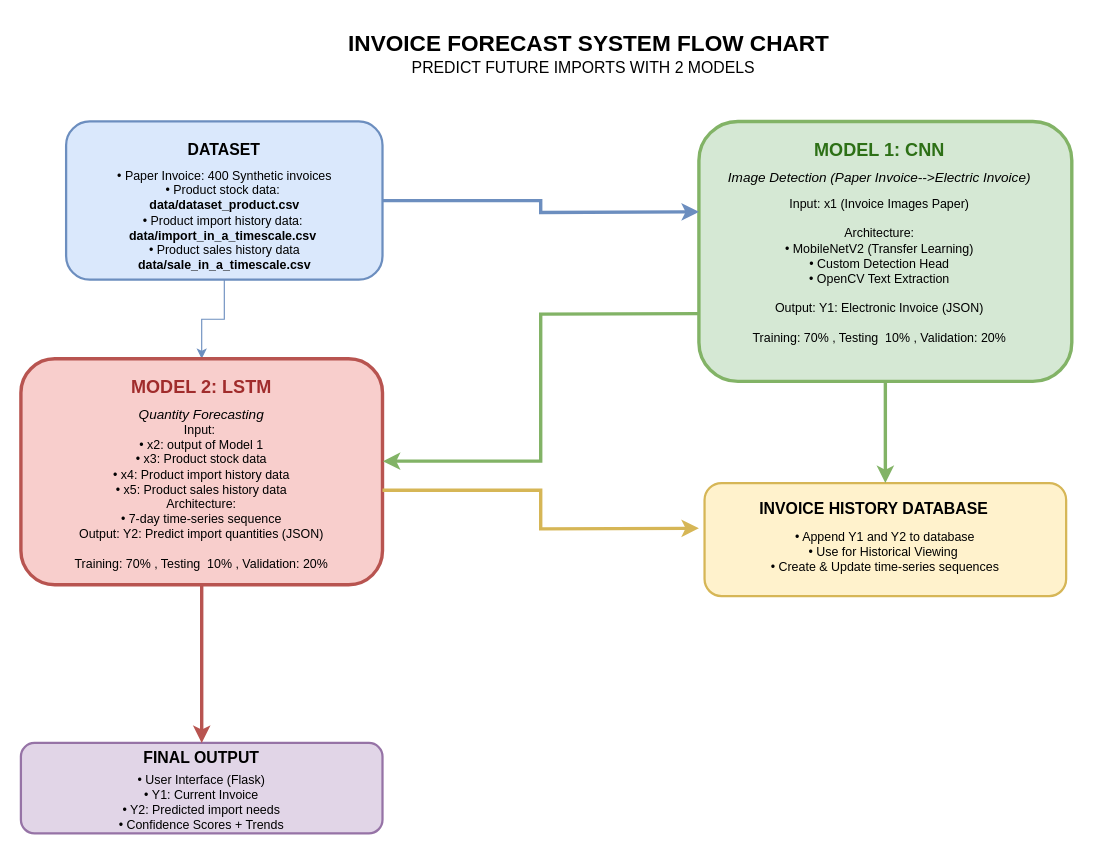
Before: FLOW.drawio in wikiepeidia/predict-future-import-for-Retail-store-products, a draw.io diagram. Source tidied: cells renumbered, new cells numbered last; positions are measured from the earlier drawing's top-left corner, leaving out a move shared by most shapes. Both pictures are drawn from the tidied source at 113%, with x=0, y=0 at pixel (20, 19).
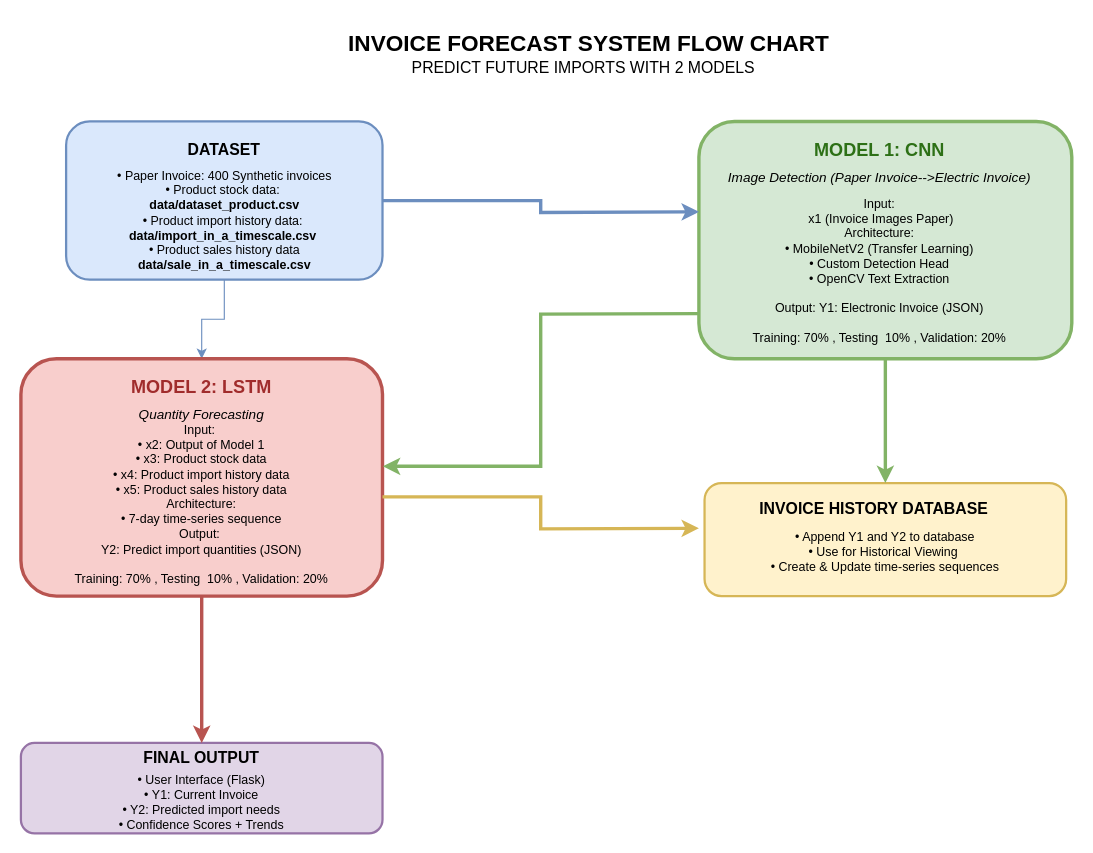
Above is the later version.

Change to the diagram source:
```diff
@@
     <mxCell id="8" style="rounded=1;whiteSpace=wrap;html=1;fillColor=#d5e8d4;strokeColor=#82b366;strokeWidth=3;" parent="1" vertex="1">
-      <mxGeometry x="600" y="90" width="330" height="230" as="geometry" />
+      <mxGeometry x="600" y="90" width="330" height="210" as="geometry" />
     </mxCell>
@@
-    <mxCell id="11" value="Input: x1 (Invoice Images Paper)&lt;br&gt;&lt;br&gt;Architecture:&lt;br&gt;• MobileNetV2 (Transfer Learning)&lt;br&gt;• Custom Detection Head&lt;br&gt;• OpenCV Text Extraction&lt;br&gt;&lt;br&gt;Output: Y1: Electronic Invoice (JSON)&lt;div&gt;&lt;br&gt;&lt;div&gt;Training: 70% , Testing&amp;nbsp; 10% , Validation: 20%&lt;/div&gt;&lt;/div&gt;" style="text;html=1;strokeColor=none;fillColor=none;align=center;verticalAlign=top;whiteSpace=wrap;rounded=0;fontSize=11;" parent="1" vertex="1">
+    <mxCell id="11" value="Input:&lt;div&gt;&amp;nbsp;x1 (Invoice Images Paper)&lt;br&gt;Architecture:&lt;br&gt;• MobileNetV2 (Transfer Learning)&lt;br&gt;• Custom Detection Head&lt;br&gt;• OpenCV Text Extraction&lt;br&gt;&lt;br&gt;Output: Y1: Electronic Invoice (JSON)&lt;div&gt;&lt;br&gt;&lt;div&gt;Training: 70% , Testing&amp;nbsp; 10% , Validation: 20%&lt;/div&gt;&lt;/div&gt;&lt;/div&gt;" style="text;html=1;strokeColor=none;fillColor=none;align=center;verticalAlign=top;whiteSpace=wrap;rounded=0;fontSize=11;" parent="1" vertex="1">
       <mxGeometry x="620" y="150" width="280" height="120" as="geometry" />
     </mxCell>
@@
     <mxCell id="15" style="rounded=1;whiteSpace=wrap;html=1;fillColor=#f8cecc;strokeColor=#b85450;strokeWidth=3;" parent="1" vertex="1">
-      <mxGeometry y="300" width="320" height="200" as="geometry" />
+      <mxGeometry y="300" width="320" height="210" as="geometry" />
     </mxCell>
@@
-    <mxCell id="18" value="Input:&amp;nbsp;&lt;br&gt;&lt;div&gt;&lt;span style=&quot;background-color: transparent; color: light-dark(rgb(0, 0, 0), rgb(255, 255, 255));&quot;&gt;•&amp;nbsp;&lt;/span&gt;x2: output of Model 1&lt;div&gt;&lt;div&gt;&lt;span style=&quot;background-color: transparent; color: light-dark(rgb(0, 0, 0), rgb(255, 255, 255));&quot;&gt;•&amp;nbsp;&lt;/span&gt;x3:&amp;nbsp;&lt;span style=&quot;background-color: transparent; color: light-dark(rgb(0, 0, 0), rgb(255, 255, 255));&quot;&gt;Product stock data&lt;/span&gt;&lt;/div&gt;&lt;div&gt;&lt;span style=&quot;background-color: transparent; color: light-dark(rgb(0, 0, 0), rgb(255, 255, 255));&quot;&gt;•&amp;nbsp;&lt;/span&gt;x4:&amp;nbsp;&lt;span style=&quot;background-color: transparent; color: light-dark(rgb(0, 0, 0), rgb(255, 255, 255));&quot;&gt;Product import history data&lt;/span&gt;&lt;/div&gt;&lt;div&gt;&lt;span style=&quot;background-color: transparent; color: light-dark(rgb(0, 0, 0), rgb(255, 255, 255));&quot;&gt;•&amp;nbsp;&lt;/span&gt;x5:&amp;nbsp;&lt;span style=&quot;background-color: transparent; color: light-dark(rgb(0, 0, 0), rgb(255, 255, 255));&quot;&gt;Product sales history data&lt;/span&gt;&lt;/div&gt;&lt;div&gt;Architecture:&lt;/div&gt;&lt;span style=&quot;&quot;&gt;• 7-day time-series sequence&lt;/span&gt;&lt;br&gt;Output: Y2: Predict import quantities (JSON)&lt;/div&gt;&lt;div&gt;&lt;br&gt;Training: 70% , Testing&amp;nbsp; 10% , Validation: 20%&lt;/div&gt;&lt;/div&gt;" style="text;html=1;strokeColor=none;fillColor=none;align=center;verticalAlign=top;whiteSpace=wrap;rounded=0;fontSize=11;" parent="1" vertex="1">
+    <mxCell id="18" value="Input:&amp;nbsp;&lt;br&gt;&lt;div&gt;&lt;span style=&quot;background-color: transparent; color: light-dark(rgb(0, 0, 0), rgb(255, 255, 255));&quot;&gt;•&amp;nbsp;&lt;/span&gt;x2: Output of Model 1&lt;div&gt;&lt;div&gt;&lt;span style=&quot;background-color: transparent; color: light-dark(rgb(0, 0, 0), rgb(255, 255, 255));&quot;&gt;•&amp;nbsp;&lt;/span&gt;x3:&amp;nbsp;&lt;span style=&quot;background-color: transparent; color: light-dark(rgb(0, 0, 0), rgb(255, 255, 255));&quot;&gt;Product stock data&lt;/span&gt;&lt;/div&gt;&lt;div&gt;&lt;span style=&quot;background-color: transparent; color: light-dark(rgb(0, 0, 0), rgb(255, 255, 255));&quot;&gt;•&amp;nbsp;&lt;/span&gt;x4:&amp;nbsp;&lt;span style=&quot;background-color: transparent; color: light-dark(rgb(0, 0, 0), rgb(255, 255, 255));&quot;&gt;Product import history data&lt;/span&gt;&lt;/div&gt;&lt;div&gt;&lt;span style=&quot;background-color: transparent; color: light-dark(rgb(0, 0, 0), rgb(255, 255, 255));&quot;&gt;•&amp;nbsp;&lt;/span&gt;x5:&amp;nbsp;&lt;span style=&quot;background-color: transparent; color: light-dark(rgb(0, 0, 0), rgb(255, 255, 255));&quot;&gt;Product sales history data&lt;/span&gt;&lt;/div&gt;&lt;div&gt;&lt;span style=&quot;background-color: transparent; color: light-dark(rgb(0, 0, 0), rgb(255, 255, 255));&quot;&gt;Architecture:&lt;/span&gt;&lt;/div&gt;&lt;span style=&quot;&quot;&gt;• 7-day time-series sequence&lt;/span&gt;&lt;br&gt;Output:&amp;nbsp;&lt;/div&gt;&lt;div&gt;Y2: Predict import quantities (JSON)&lt;/div&gt;&lt;div&gt;&lt;br&gt;Training: 70% , Testing&amp;nbsp; 10% , Validation: 20%&lt;/div&gt;&lt;/div&gt;" style="text;html=1;strokeColor=none;fillColor=none;align=center;verticalAlign=top;whiteSpace=wrap;rounded=0;fontSize=11;" parent="1" vertex="1">
       <mxGeometry x="20" y="350" width="280" height="120" as="geometry" />
     </mxCell>
```
